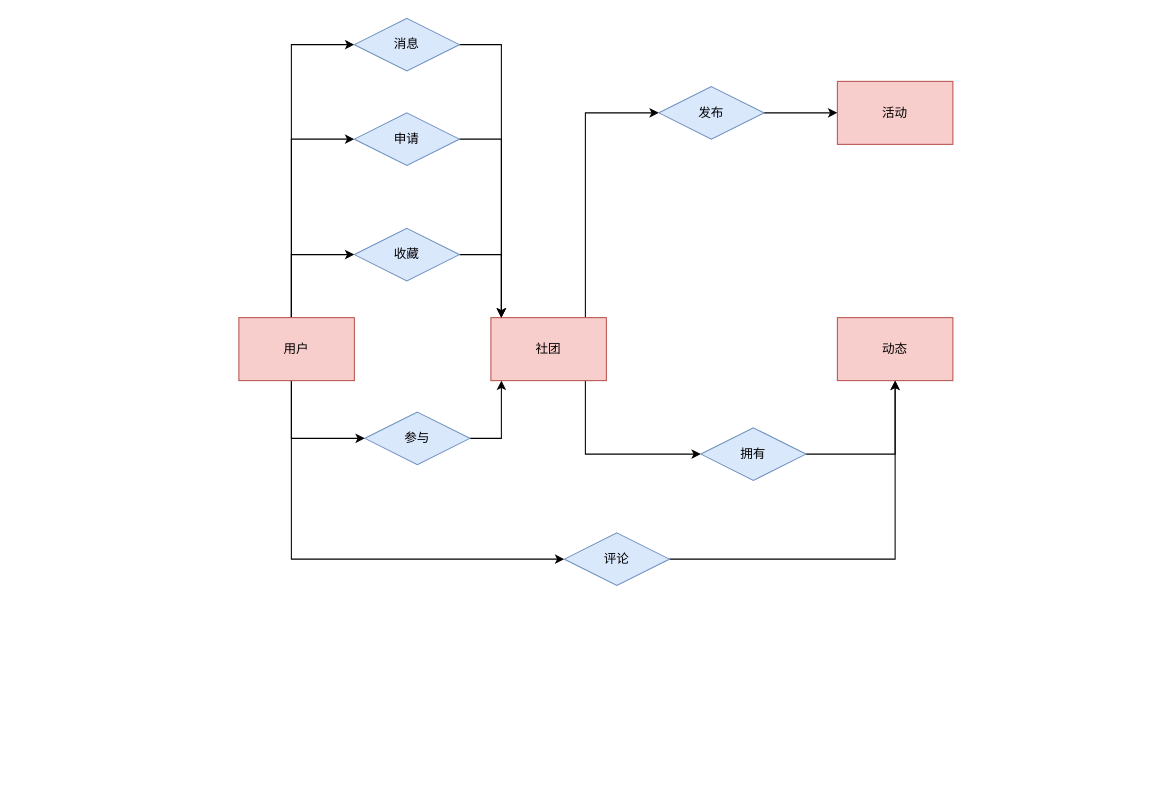
Before: CrazyHat_ER.drawio in yayaer123/drawio_demo, a draw.io diagram. Source tidied: cells renumbered, new cells numbered last; positions are measured from the earlier drawing's top-left corner, leaving out a move shared by most shapes. Both pictures are drawn from the tidied source at 105%, with x=0, y=0 at pixel (238, 18).
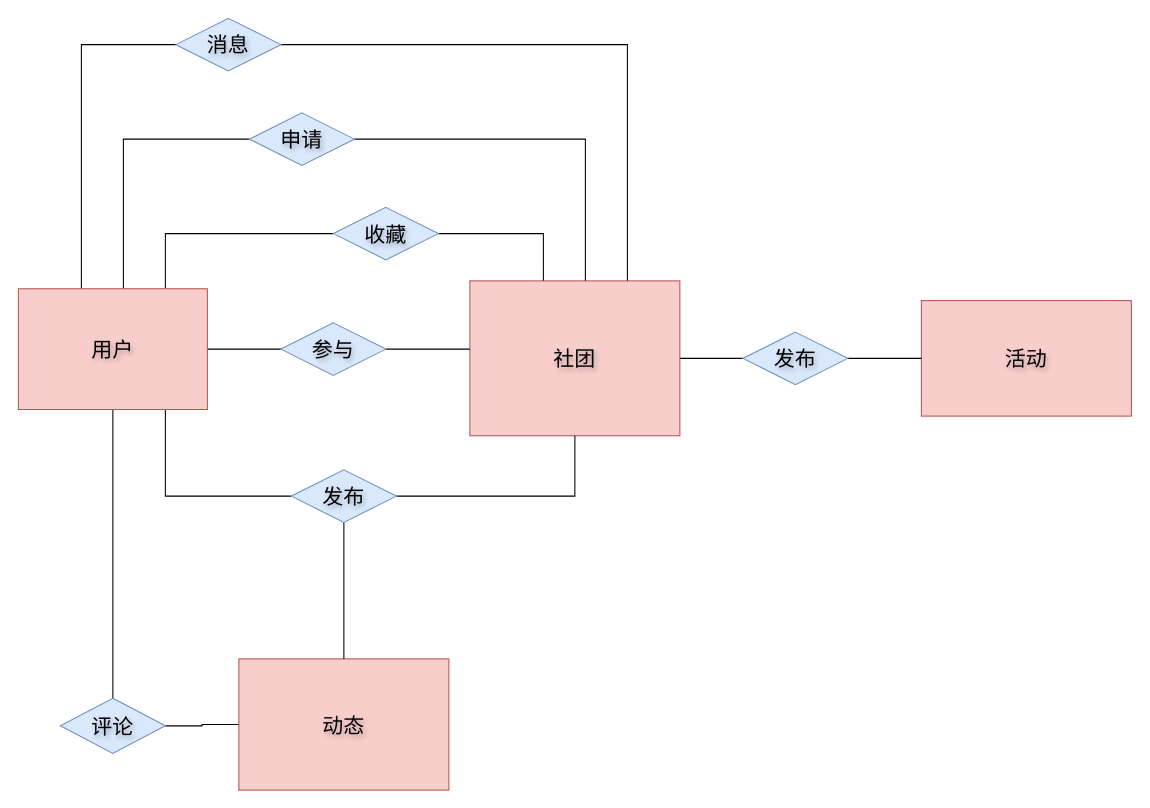
After the change.

The edit, as a diff of the source:
```diff
@@
-    <mxCell id="2" style="edgeStyle=orthogonalEdgeStyle;rounded=0;jettySize=auto;html=1;" parent="1" edge="1" source="7" target="17">
+    <mxCell id="2" style="edgeStyle=orthogonalEdgeStyle;rounded=0;jettySize=auto;html=1;endArrow=none;endFill=0;fontSize=20;fontFamily=Helvetica;textShadow=1;" parent="1" edge="1" source="7" target="17">
       <mxGeometry relative="1" as="geometry">
         <Array as="points">
-          <mxPoint x="50" y="225" />
+          <mxPoint x="-70" y="205" />
         </Array>
       </mxGeometry>
     </mxCell>
-    <mxCell id="3" style="edgeStyle=orthogonalEdgeStyle;rounded=0;jettySize=auto;html=1;" parent="1" edge="1" source="7" target="19">
-      <mxGeometry relative="1" as="geometry">
-        <Array as="points">
-          <mxPoint x="50" y="400" />
-        </Array>
-      </mxGeometry>
+    <mxCell id="3" style="edgeStyle=orthogonalEdgeStyle;rounded=0;jettySize=auto;html=1;endArrow=none;endFill=0;fontSize=20;fontFamily=Helvetica;textShadow=1;" parent="1" edge="1" source="7" target="19">
+      <mxGeometry relative="1" as="geometry" />
     </mxCell>
-    <mxCell id="4" style="edgeStyle=orthogonalEdgeStyle;rounded=0;jettySize=auto;html=1;" parent="1" edge="1" source="7" target="9">
-      <mxGeometry relative="1" as="geometry">
-        <Array as="points">
-          <mxPoint x="50" y="515" />
-        </Array>
-      </mxGeometry>
+    <mxCell id="4" style="edgeStyle=orthogonalEdgeStyle;rounded=0;jettySize=auto;html=1;fontSize=20;fontFamily=Helvetica;textShadow=1;endArrow=none;endFill=0;" parent="1" edge="1" source="7" target="9">
+      <mxGeometry relative="1" as="geometry" />
     </mxCell>
-    <mxCell id="5" style="edgeStyle=orthogonalEdgeStyle;rounded=0;jettySize=auto;html=1;" parent="1" edge="1" source="7" target="21">
+    <mxCell id="5" style="edgeStyle=orthogonalEdgeStyle;rounded=0;jettySize=auto;html=1;endArrow=none;endFill=0;fontSize=20;fontFamily=Helvetica;textShadow=1;" parent="1" edge="1" source="7" target="21">
       <mxGeometry relative="1" as="geometry">
         <Array as="points">
-          <mxPoint x="50" y="115" />
+          <mxPoint x="-110" y="115" />
         </Array>
       </mxGeometry>
     </mxCell>
-    <mxCell id="6" style="edgeStyle=orthogonalEdgeStyle;rounded=0;jettySize=auto;html=1;" parent="1" edge="1" source="7" target="26">
+    <mxCell id="6" style="edgeStyle=orthogonalEdgeStyle;rounded=0;jettySize=auto;html=1;endArrow=none;endFill=0;fontSize=20;fontFamily=Helvetica;textShadow=1;" parent="1" edge="1" source="7" target="26">
       <mxGeometry relative="1" as="geometry">
         <Array as="points">
-          <mxPoint x="50" y="25" />
+          <mxPoint x="-150" y="25" />
         </Array>
       </mxGeometry>
     </mxCell>
+    <mxCell id="27" style="edgeStyle=orthogonalEdgeStyle;rounded=0;jettySize=auto;html=1;endArrow=none;endFill=0;" parent="1" edge="1" source="7" target="15">
+      <mxGeometry relative="1" as="geometry">
+        <Array as="points">
+          <mxPoint x="-70" y="455" />
+        </Array>
+      </mxGeometry>
+    </mxCell>
-    <mxCell id="7" value="用户" style="rounded=0;whiteSpace=wrap;html=1;fillColor=#f8cecc;strokeColor=#b85450;" parent="1" vertex="1">
-      <mxGeometry y="285" width="110" height="60" as="geometry" />
+    <mxCell id="7" value="用户" style="rounded=0;whiteSpace=wrap;html=1;fillColor=#f8cecc;strokeColor=#b85450;fontSize=20;fontFamily=Helvetica;textShadow=1;" parent="1" vertex="1">
+      <mxGeometry x="-210" y="257.5" width="180" height="115" as="geometry" />
     </mxCell>
-    <mxCell id="8" style="edgeStyle=orthogonalEdgeStyle;rounded=0;jettySize=auto;html=1;" parent="1" edge="1" source="9" target="13">
+    <mxCell id="8" style="edgeStyle=orthogonalEdgeStyle;rounded=0;jettySize=auto;html=1;endArrow=none;endFill=0;fontSize=20;fontFamily=Helvetica;textShadow=1;" parent="1" edge="1" source="9" target="13">
       <mxGeometry relative="1" as="geometry" />
     </mxCell>
-    <mxCell id="9" value="评论" style="rhombus;whiteSpace=wrap;html=1;fillColor=#dae8fc;strokeColor=#6c8ebf;" parent="1" vertex="1">
-      <mxGeometry x="310" y="490" width="100" height="50" as="geometry" />
+    <mxCell id="9" value="评论" style="rhombus;whiteSpace=wrap;html=1;fillColor=#dae8fc;strokeColor=#6c8ebf;fontSize=20;fontFamily=Helvetica;textShadow=1;" parent="1" vertex="1">
+      <mxGeometry x="-170" y="647.5" width="100" height="52.5" as="geometry" />
     </mxCell>
-    <mxCell id="10" style="edgeStyle=orthogonalEdgeStyle;rounded=0;jettySize=auto;html=1;" parent="1" edge="1" source="12" target="15">
-      <mxGeometry relative="1" as="geometry">
-        <Array as="points">
-          <mxPoint x="330" y="415" />
-        </Array>
-      </mxGeometry>
-    </mxCell>
-    <mxCell id="11" style="edgeStyle=orthogonalEdgeStyle;rounded=0;jettySize=auto;html=1;" parent="1" edge="1" source="12" target="24">
+    <mxCell id="11" style="edgeStyle=orthogonalEdgeStyle;rounded=0;jettySize=auto;html=1;endArrow=none;endFill=0;fontSize=20;fontFamily=Helvetica;textShadow=1;" parent="1" edge="1" source="12" target="24">
       <mxGeometry relative="1" as="geometry">
         <Array as="points">
-          <mxPoint x="330" y="90" />
+          <mxPoint x="470" y="324" />
+          <mxPoint x="470" y="324" />
         </Array>
       </mxGeometry>
     </mxCell>
-    <mxCell id="12" value="社团" style="rounded=0;whiteSpace=wrap;html=1;fillColor=#f8cecc;strokeColor=#b85450;" parent="1" vertex="1">
-      <mxGeometry x="240" y="285" width="110" height="60" as="geometry" />
+    <mxCell id="12" value="社团" style="rounded=0;whiteSpace=wrap;html=1;fillColor=#f8cecc;strokeColor=#b85450;fontSize=20;fontFamily=Helvetica;textShadow=1;" parent="1" vertex="1">
+      <mxGeometry x="220" y="250" width="200" height="147.5" as="geometry" />
     </mxCell>
-    <mxCell id="13" value="动态" style="rounded=0;whiteSpace=wrap;html=1;fillColor=#f8cecc;strokeColor=#b85450;" parent="1" vertex="1">
-      <mxGeometry x="570" y="285" width="110" height="60" as="geometry" />
+    <mxCell id="13" value="动态" style="rounded=0;whiteSpace=wrap;html=1;fillColor=#f8cecc;strokeColor=#b85450;fontSize=20;fontFamily=Helvetica;textShadow=1;" parent="1" vertex="1">
+      <mxGeometry y="610" width="200" height="125" as="geometry" />
     </mxCell>
-    <mxCell id="14" style="edgeStyle=orthogonalEdgeStyle;rounded=0;jettySize=auto;html=1;" parent="1" edge="1" source="15" target="13">
+    <mxCell id="14" style="edgeStyle=orthogonalEdgeStyle;rounded=0;jettySize=auto;html=1;endArrow=none;endFill=0;fontSize=20;fontFamily=Helvetica;textShadow=1;" parent="1" edge="1" source="15" target="13">
       <mxGeometry relative="1" as="geometry" />
     </mxCell>
+    <mxCell id="28" style="edgeStyle=orthogonalEdgeStyle;rounded=0;jettySize=auto;html=1;endArrow=none;endFill=0;" parent="1" edge="1" source="15" target="12">
+      <mxGeometry relative="1" as="geometry" />
+    </mxCell>
-    <mxCell id="15" value="拥有" style="rhombus;whiteSpace=wrap;html=1;fillColor=#dae8fc;strokeColor=#6c8ebf;" parent="1" vertex="1">
-      <mxGeometry x="440" y="390" width="100" height="50" as="geometry" />
+    <mxCell id="15" value="发布" style="rhombus;whiteSpace=wrap;html=1;fillColor=#dae8fc;strokeColor=#6c8ebf;fontSize=20;fontFamily=Helvetica;textShadow=1;" parent="1" vertex="1">
+      <mxGeometry x="50" y="430" width="100" height="50" as="geometry" />
     </mxCell>
-    <mxCell id="16" style="edgeStyle=orthogonalEdgeStyle;rounded=0;jettySize=auto;html=1;" parent="1" edge="1" source="17" target="12">
+    <mxCell id="16" style="edgeStyle=orthogonalEdgeStyle;rounded=0;jettySize=auto;html=1;endArrow=none;endFill=0;fontSize=20;fontFamily=Helvetica;textShadow=1;" parent="1" edge="1" source="17" target="12">
       <mxGeometry relative="1" as="geometry">
         <Array as="points">
-          <mxPoint x="250" y="225" />
+          <mxPoint x="290" y="205" />
         </Array>
       </mxGeometry>
     </mxCell>
-    <mxCell id="17" value="收藏" style="rhombus;whiteSpace=wrap;html=1;fillColor=#dae8fc;strokeColor=#6c8ebf;" parent="1" vertex="1">
-      <mxGeometry x="110" y="200" width="100" height="50" as="geometry" />
+    <mxCell id="17" value="收藏" style="rhombus;whiteSpace=wrap;html=1;fillColor=#dae8fc;strokeColor=#6c8ebf;fontSize=20;fontFamily=Helvetica;textShadow=1;" parent="1" vertex="1">
+      <mxGeometry x="90" y="180" width="100" height="50" as="geometry" />
     </mxCell>
-    <mxCell id="18" style="edgeStyle=orthogonalEdgeStyle;rounded=0;jettySize=auto;html=1;" parent="1" edge="1" source="19" target="12">
+    <mxCell id="18" style="edgeStyle=orthogonalEdgeStyle;rounded=0;jettySize=auto;html=1;endArrow=none;endFill=0;fontSize=20;fontFamily=Helvetica;textShadow=1;" parent="1" edge="1" source="19" target="12">
       <mxGeometry relative="1" as="geometry">
         <Array as="points">
-          <mxPoint x="250" y="400" />
+          <mxPoint x="220" y="315" />
+          <mxPoint x="220" y="315" />
         </Array>
       </mxGeometry>
     </mxCell>
-    <mxCell id="19" value="参与" style="rhombus;whiteSpace=wrap;html=1;fillColor=#dae8fc;strokeColor=#6c8ebf;" parent="1" vertex="1">
-      <mxGeometry x="120" y="375" width="100" height="50" as="geometry" />
+    <mxCell id="19" value="参与" style="rhombus;whiteSpace=wrap;html=1;fillColor=#dae8fc;strokeColor=#6c8ebf;fontSize=20;fontFamily=Helvetica;textShadow=1;" parent="1" vertex="1">
+      <mxGeometry x="40" y="290" width="100" height="50" as="geometry" />
     </mxCell>
-    <mxCell id="20" style="edgeStyle=orthogonalEdgeStyle;rounded=0;jettySize=auto;html=1;" parent="1" edge="1" source="21" target="12">
+    <mxCell id="20" style="edgeStyle=orthogonalEdgeStyle;rounded=0;jettySize=auto;html=1;endArrow=none;endFill=0;fontSize=20;fontFamily=Helvetica;textShadow=1;" parent="1" edge="1" source="21" target="12">
       <mxGeometry relative="1" as="geometry">
         <Array as="points">
-          <mxPoint x="250" y="115" />
+          <mxPoint x="330" y="115" />
         </Array>
       </mxGeometry>
     </mxCell>
-    <mxCell id="21" value="申请" style="rhombus;whiteSpace=wrap;html=1;fillColor=#dae8fc;strokeColor=#6c8ebf;" parent="1" vertex="1">
-      <mxGeometry x="110" y="90" width="100" height="50" as="geometry" />
+    <mxCell id="21" value="申请" style="rhombus;whiteSpace=wrap;html=1;fillColor=#dae8fc;strokeColor=#6c8ebf;fontSize=20;fontFamily=Helvetica;textShadow=1;" parent="1" vertex="1">
+      <mxGeometry x="10" y="90" width="100" height="50" as="geometry" />
     </mxCell>
-    <mxCell id="22" value="活动" style="rounded=0;whiteSpace=wrap;html=1;fillColor=#f8cecc;strokeColor=#b85450;" parent="1" vertex="1">
-      <mxGeometry x="570" y="60" width="110" height="60" as="geometry" />
+    <mxCell id="22" value="活动" style="rounded=0;whiteSpace=wrap;html=1;fillColor=#f8cecc;strokeColor=#b85450;fontSize=20;fontFamily=Helvetica;textShadow=1;" parent="1" vertex="1">
+      <mxGeometry x="650" y="268.8" width="200" height="110" as="geometry" />
     </mxCell>
-    <mxCell id="23" style="edgeStyle=orthogonalEdgeStyle;rounded=0;jettySize=auto;html=1;" parent="1" edge="1" source="24" target="22">
+    <mxCell id="23" style="edgeStyle=orthogonalEdgeStyle;rounded=0;jettySize=auto;html=1;endArrow=none;endFill=0;fontSize=20;fontFamily=Helvetica;textShadow=1;" parent="1" edge="1" source="24" target="22">
       <mxGeometry relative="1" as="geometry" />
     </mxCell>
-    <mxCell id="24" value="发布" style="rhombus;whiteSpace=wrap;html=1;fillColor=#dae8fc;strokeColor=#6c8ebf;" parent="1" vertex="1">
-      <mxGeometry x="400" y="65" width="100" height="50" as="geometry" />
+    <mxCell id="24" value="发布" style="rhombus;whiteSpace=wrap;html=1;fillColor=#dae8fc;strokeColor=#6c8ebf;fontSize=20;fontFamily=Helvetica;textShadow=1;" parent="1" vertex="1">
+      <mxGeometry x="480" y="298.8" width="100" height="50" as="geometry" />
     </mxCell>
-    <mxCell id="25" style="edgeStyle=orthogonalEdgeStyle;rounded=0;jettySize=auto;html=1;" parent="1" edge="1" source="26" target="12">
+    <mxCell id="25" style="edgeStyle=orthogonalEdgeStyle;rounded=0;jettySize=auto;html=1;endArrow=none;endFill=0;fontSize=20;fontFamily=Helvetica;textShadow=1;" parent="1" edge="1" source="26" target="12">
       <mxGeometry relative="1" as="geometry">
         <Array as="points">
-          <mxPoint x="250" y="25" />
+          <mxPoint x="370" y="25" />
         </Array>
       </mxGeometry>
     </mxCell>
-    <mxCell id="26" value="消息" style="rhombus;whiteSpace=wrap;html=1;fillColor=#dae8fc;strokeColor=#6c8ebf;" parent="1" vertex="1">
-      <mxGeometry x="110" width="100" height="50" as="geometry" />
+    <mxCell id="26" value="消息" style="rhombus;whiteSpace=wrap;html=1;fillColor=#dae8fc;strokeColor=#6c8ebf;fontSize=20;fontFamily=Helvetica;textShadow=1;" parent="1" vertex="1">
+      <mxGeometry x="-60" width="100" height="50" as="geometry" />
     </mxCell>
+    <mxCell id="29" style="edgeStyle=orthogonalEdgeStyle;rounded=0;orthogonalLoop=1;jettySize=auto;html=1;exitX=0.5;exitY=1;exitDx=0;exitDy=0;" parent="1" edge="1" source="9" target="9">
+      <mxGeometry relative="1" as="geometry" />
+    </mxCell>
```
